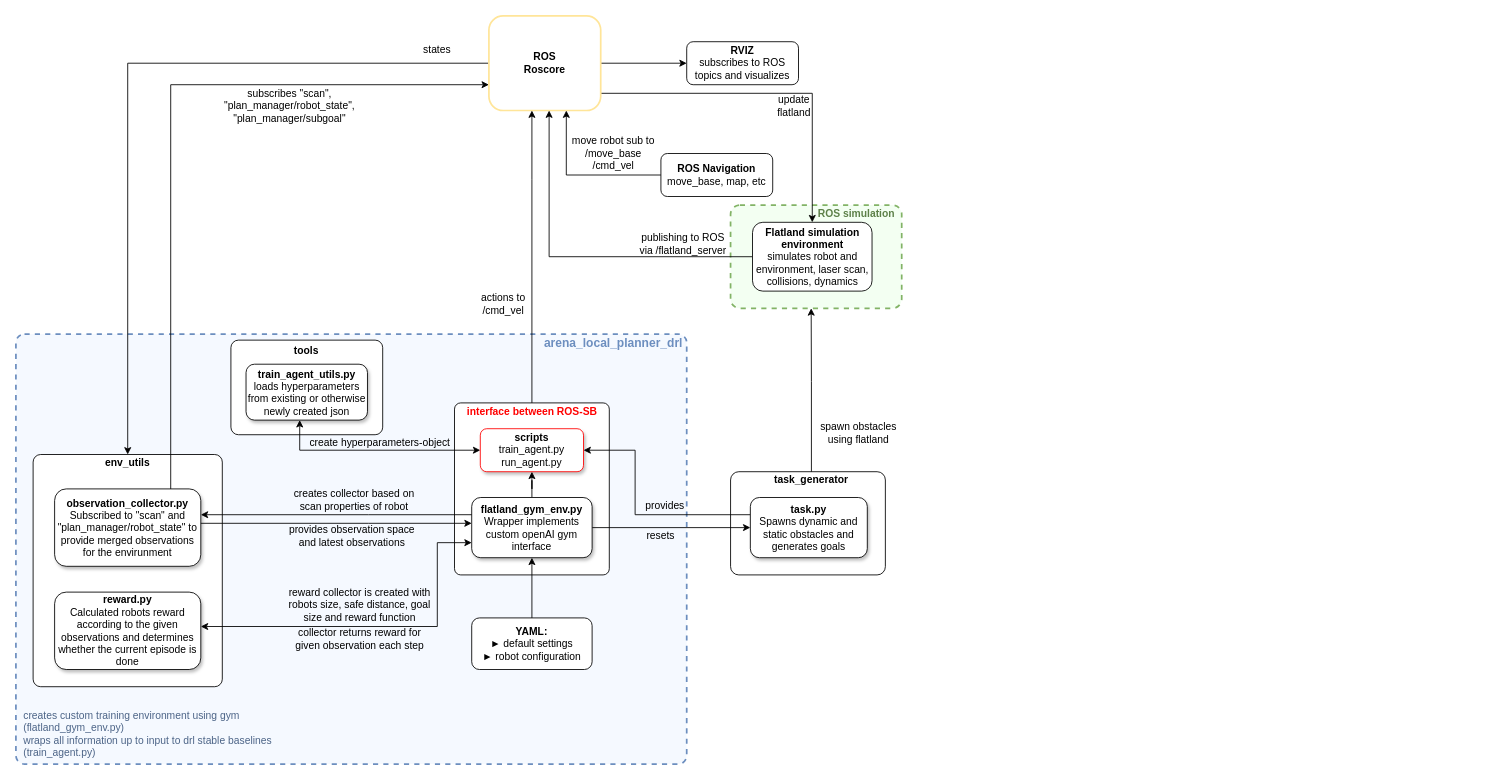
Above: docs/workflow/workflow-diagram.drawio in ignc-research/arena-rosnav (draw.io), before the change. Source tidied: cells renumbered, new cells numbered last; positions are measured from the earlier drawing's top-left corner, leaving out a move shared by most shapes. Both pictures are drawn from the tidied source at 86%, with x=0, y=0 at pixel (15, 15).
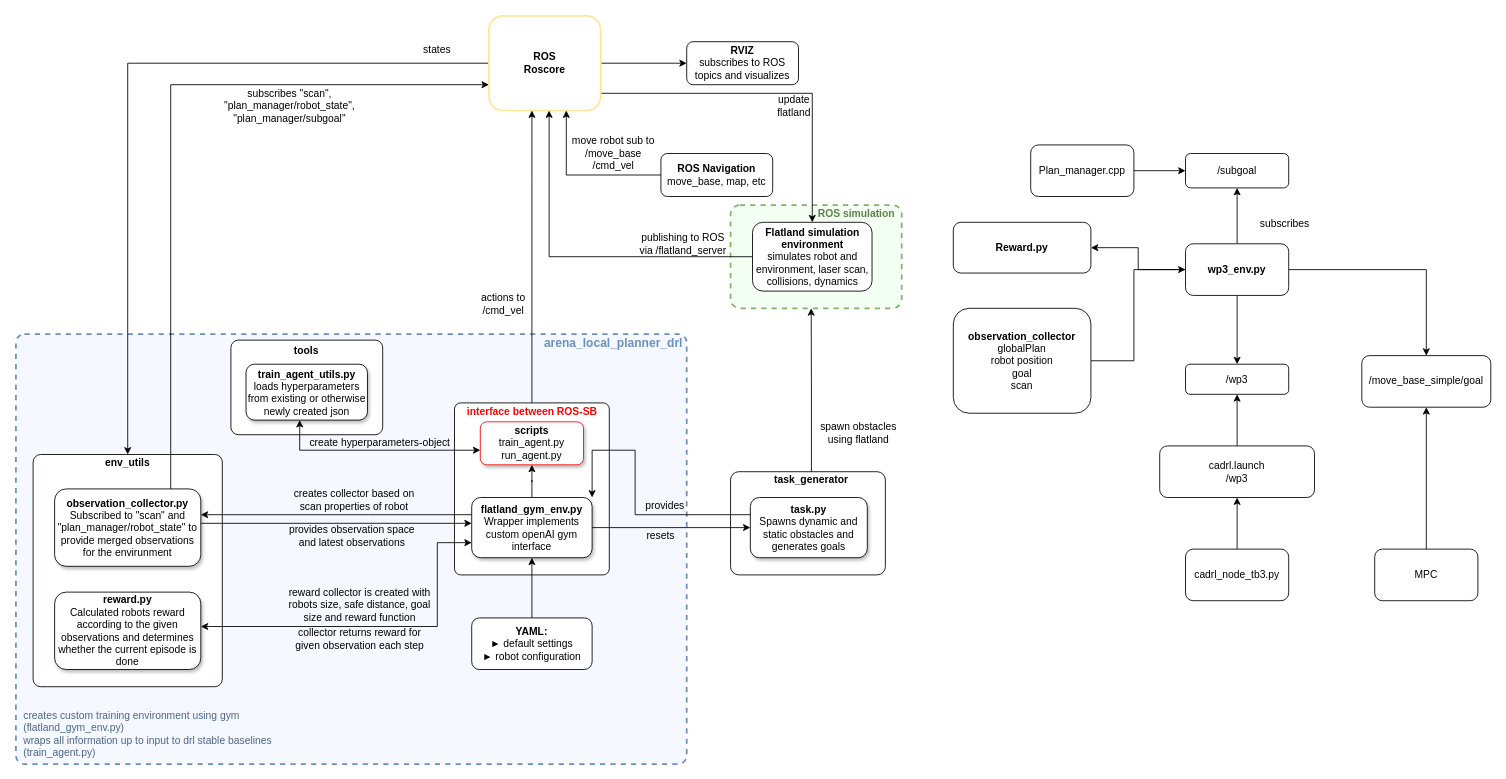
The same page after the edit.

Commit message:
added wp3 workflow diagram

Unchanged cells that the change refers to:
```xml
<mxCell id="11" value="&lt;div&gt;&lt;b&gt;flatland_gym_env.py&lt;/b&gt;&lt;/div&gt;&lt;div&gt;Wrapper implements custom openAI gym interface&lt;br&gt;&lt;b&gt;&lt;/b&gt;&lt;/div&gt;" style="rounded=1;whiteSpace=wrap;html=1;shadow=1;labelBackgroundColor=none;" parent="1" vertex="1">
  <mxGeometry x="530" y="560" width="140" height="70" as="geometry" />
</mxCell>
<mxCell id="16" value="&lt;div&gt;&lt;b&gt;task.py&lt;/b&gt;&lt;/div&gt;&lt;div&gt;Spawns dynamic and static obstacles and generates goals&lt;br&gt;&lt;/div&gt;" style="rounded=1;whiteSpace=wrap;html=1;shadow=1;labelBackgroundColor=none;sketch=0;glass=0;" parent="1" vertex="1">
  <mxGeometry x="854" y="560" width="136" height="70" as="geometry" />
</mxCell>
```

Change to the diagram source:
```diff
@@
-    <mxCell id="15" style="edgeStyle=orthogonalEdgeStyle;rounded=0;jettySize=auto;html=1;" parent="1" edge="1" source="16" target="22">
+    <mxCell id="15" style="edgeStyle=orthogonalEdgeStyle;rounded=0;jettySize=auto;html=1;entryX=1;entryY=0;entryDx=0;entryDy=0;" parent="1" edge="1" source="16" target="11">
       <mxGeometry relative="1" as="geometry">
         <Array as="points">
           <mxPoint x="720" y="580" />
           <mxPoint x="720" y="505" />
+          <mxPoint x="670" y="505" />
         </Array>
       </mxGeometry>
     </mxCell>
@@
     <mxCell id="22" value="&lt;div&gt;&lt;b&gt;scripts&lt;/b&gt;&lt;/div&gt;&lt;div&gt;train_agent.py&lt;b&gt;&lt;br&gt;&lt;/b&gt;&lt;/div&gt;&lt;div&gt;run_agent.py&lt;/div&gt;" style="rounded=1;whiteSpace=wrap;html=1;shadow=1;labelBackgroundColor=none;strokeColor=#FF0000;" parent="1" vertex="1">
-      <mxGeometry x="540" y="480" width="120" height="50" as="geometry" />
+      <mxGeometry x="540" y="472" width="120" height="50" as="geometry" />
     </mxCell>
@@
+    <mxCell id="56" style="edgeStyle=orthogonalEdgeStyle;rounded=0;jettySize=auto;html=1;" parent="1" edge="1" source="57" target="58">
+      <mxGeometry relative="1" as="geometry" />
+    </mxCell>
+    <mxCell id="57" value="Plan_manager.cpp" style="rounded=1;whiteSpace=wrap;html=1;" parent="1" vertex="1">
+      <mxGeometry x="1180" y="150" width="120" height="60" as="geometry" />
+    </mxCell>
+    <mxCell id="58" value="/subgoal" style="rounded=1;whiteSpace=wrap;html=1;" parent="1" vertex="1">
+      <mxGeometry x="1360" y="160" width="120" height="40" as="geometry" />
+    </mxCell>
+    <mxCell id="59" style="edgeStyle=orthogonalEdgeStyle;rounded=0;jettySize=auto;html=1;" parent="1" edge="1" source="64" target="58">
+      <mxGeometry relative="1" as="geometry" />
+    </mxCell>
+    <mxCell id="60" style="edgeStyle=orthogonalEdgeStyle;rounded=0;jettySize=auto;html=1;" parent="1" edge="1" source="64" target="65">
+      <mxGeometry relative="1" as="geometry" />
+    </mxCell>
+    <mxCell id="61" style="edgeStyle=orthogonalEdgeStyle;rounded=0;jettySize=auto;html=1;entryX=0.5;entryY=0;entryDx=0;entryDy=0;" parent="1" edge="1" source="64" target="73">
+      <mxGeometry relative="1" as="geometry" />
+    </mxCell>
+    <mxCell id="62" style="edgeStyle=orthogonalEdgeStyle;rounded=0;jettySize=auto;html=1;exitX=1;exitY=0.5;exitDx=0;exitDy=0;" parent="1" edge="1" source="74" target="64">
+      <mxGeometry relative="1" as="geometry">
+        <Array as="points">
+          <mxPoint x="1300" y="401" />
+          <mxPoint x="1300" y="295" />
+        </Array>
+      </mxGeometry>
+    </mxCell>
+    <mxCell id="63" style="edgeStyle=orthogonalEdgeStyle;rounded=0;jettySize=auto;html=1;entryX=1;entryY=0.5;entryDx=0;entryDy=0;" parent="1" edge="1" source="64" target="75">
+      <mxGeometry relative="1" as="geometry" />
+    </mxCell>
+    <mxCell id="64" value="&lt;b&gt;wp3_env.py&lt;/b&gt;" style="rounded=1;whiteSpace=wrap;html=1;" parent="1" vertex="1">
+      <mxGeometry x="1360" y="265" width="120" height="60" as="geometry" />
+    </mxCell>
+    <mxCell id="65" value="/wp3" style="rounded=1;whiteSpace=wrap;html=1;" parent="1" vertex="1">
+      <mxGeometry x="1360" y="405" width="120" height="35" as="geometry" />
+    </mxCell>
+    <mxCell id="66" value="subscribes" style="text;html=1;align=center;verticalAlign=middle;" parent="1" vertex="1">
+      <mxGeometry x="1440" y="232" width="70" height="20" as="geometry" />
+    </mxCell>
+    <mxCell id="67" style="edgeStyle=orthogonalEdgeStyle;rounded=0;jettySize=auto;html=1;" parent="1" edge="1" source="70" target="69">
+      <mxGeometry relative="1" as="geometry" />
+    </mxCell>
+    <mxCell id="68" style="edgeStyle=orthogonalEdgeStyle;rounded=0;jettySize=auto;html=1;" parent="1" edge="1" source="69" target="65">
+      <mxGeometry relative="1" as="geometry" />
+    </mxCell>
+    <mxCell id="69" value="cadrl.launch&lt;br&gt;/wp3" style="rounded=1;whiteSpace=wrap;html=1;" parent="1" vertex="1">
+      <mxGeometry x="1330" y="500" width="180" height="60" as="geometry" />
+    </mxCell>
+    <mxCell id="70" value="cadrl_node_tb3.py" style="rounded=1;whiteSpace=wrap;html=1;" parent="1" vertex="1">
+      <mxGeometry x="1360" y="620" width="120" height="60" as="geometry" />
+    </mxCell>
+    <mxCell id="71" style="edgeStyle=orthogonalEdgeStyle;rounded=0;jettySize=auto;html=1;" parent="1" edge="1" source="72" target="73">
+      <mxGeometry relative="1" as="geometry" />
+    </mxCell>
+    <mxCell id="72" value="MPC" style="rounded=1;whiteSpace=wrap;html=1;" parent="1" vertex="1">
+      <mxGeometry x="1580" y="620" width="120" height="60" as="geometry" />
+    </mxCell>
+    <mxCell id="73" value="&lt;span&gt;/move_base_simple/goal&lt;/span&gt;" style="rounded=1;whiteSpace=wrap;html=1;" parent="1" vertex="1">
+      <mxGeometry x="1565" y="395" width="150" height="60" as="geometry" />
+    </mxCell>
+    <mxCell id="74" value="&lt;b&gt;observation_collector&lt;/b&gt;&lt;br&gt;globalPlan&lt;br&gt;robot position&lt;br&gt;goal&lt;br&gt;scan" style="rounded=1;whiteSpace=wrap;html=1;" parent="1" vertex="1">
+      <mxGeometry x="1090" y="340" width="160" height="122" as="geometry" />
+    </mxCell>
+    <mxCell id="75" value="&lt;b&gt;Reward.py&lt;/b&gt;" style="rounded=1;whiteSpace=wrap;html=1;" parent="1" vertex="1">
+      <mxGeometry x="1090" y="240" width="160" height="59" as="geometry" />
+    </mxCell>
```
